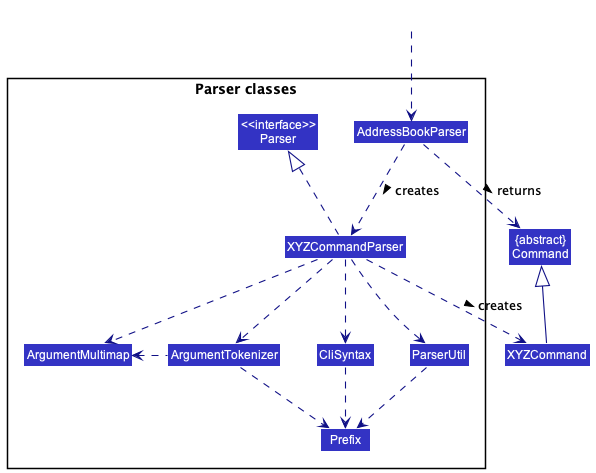
This is docs/images/ParserClasses.png from nus-cs2103-AY2223S1/tp, a PlantUML export, as it was before one commit.
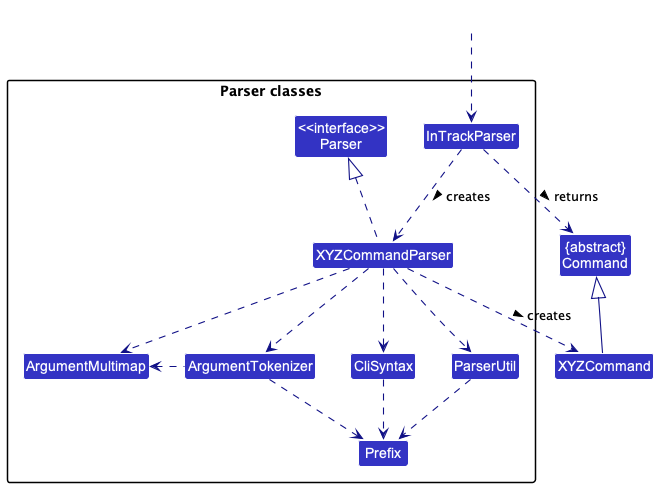
Above is the later version.

The edit, as a diff of the source:
```diff
@@ -9,7 +9,7 @@
 
 package "Parser classes"{
 Class "<<interface>>\nParser" as Parser
-Class AddressBookParser
+Class InTrackParser
 Class XYZCommandParser
 Class CliSyntax
 Class ParserUtil
@@ -19,12 +19,12 @@
 }
 
 Class HiddenOutside #FFFFFF
-HiddenOutside ..> AddressBookParser
+HiddenOutside ..> InTrackParser
 
-AddressBookParser .down.> XYZCommandParser: creates >
+InTrackParser .down.> XYZCommandParser: creates >
 
 XYZCommandParser ..> XYZCommand : creates >
-AddressBookParser ..> Command : returns >
+InTrackParser ..> Command : returns >
 XYZCommandParser .up.|> Parser
 XYZCommandParser ..> ArgumentMultimap
 XYZCommandParser ..> ArgumentTokenizer
```
